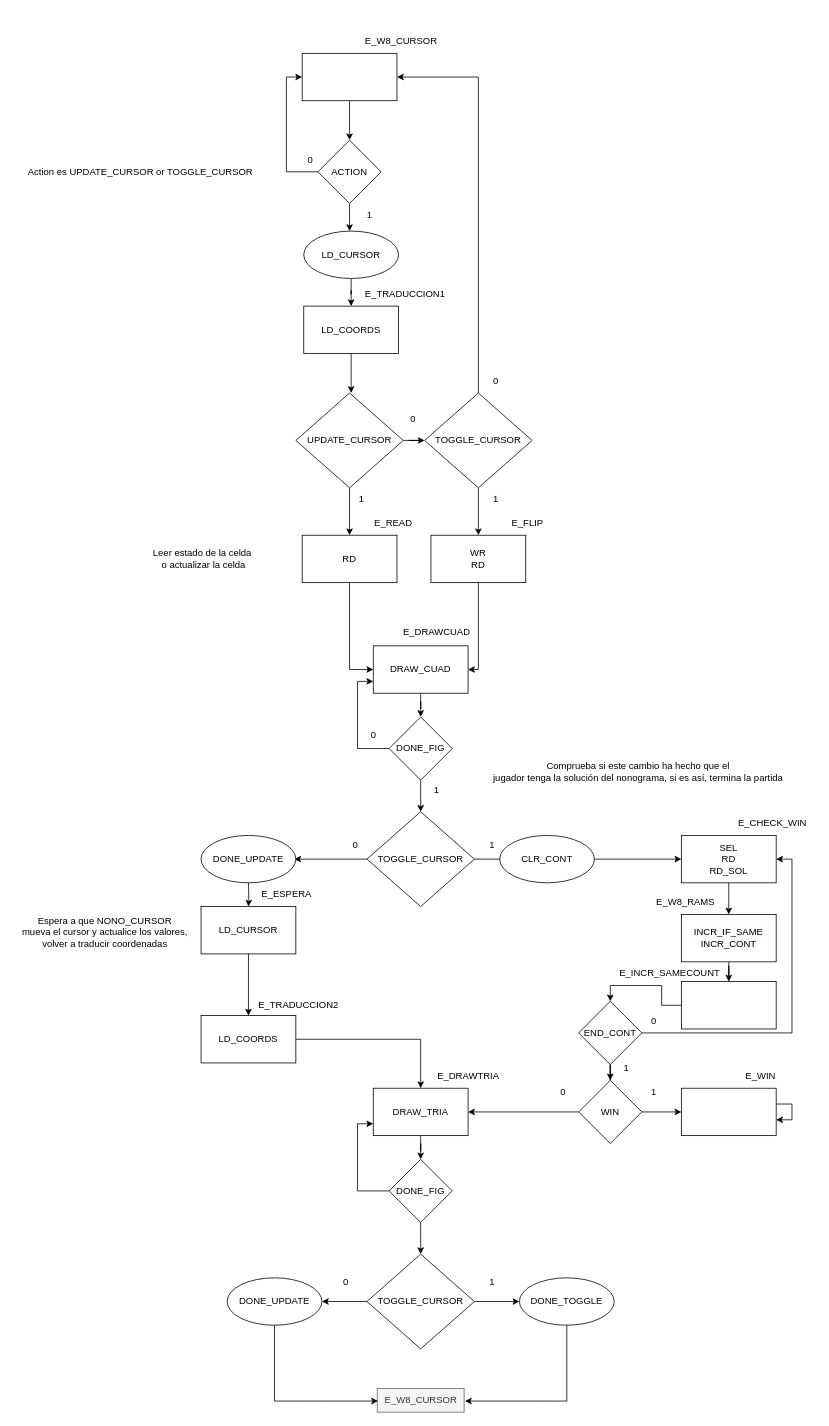
The draw.io diagram DiagramasDisenio/FicherosDrawio/NONO_GRAPHICS_UC_cursor.drawio in DASDNonograma/Nonograma, before the edit. Source tidied: cells renumbered, new cells numbered last; positions are measured from the earlier drawing's top-left corner, leaving out a move shared by most shapes. Both pictures are drawn from the tidied source at 79%, with x=0, y=0 at pixel (13, 29).
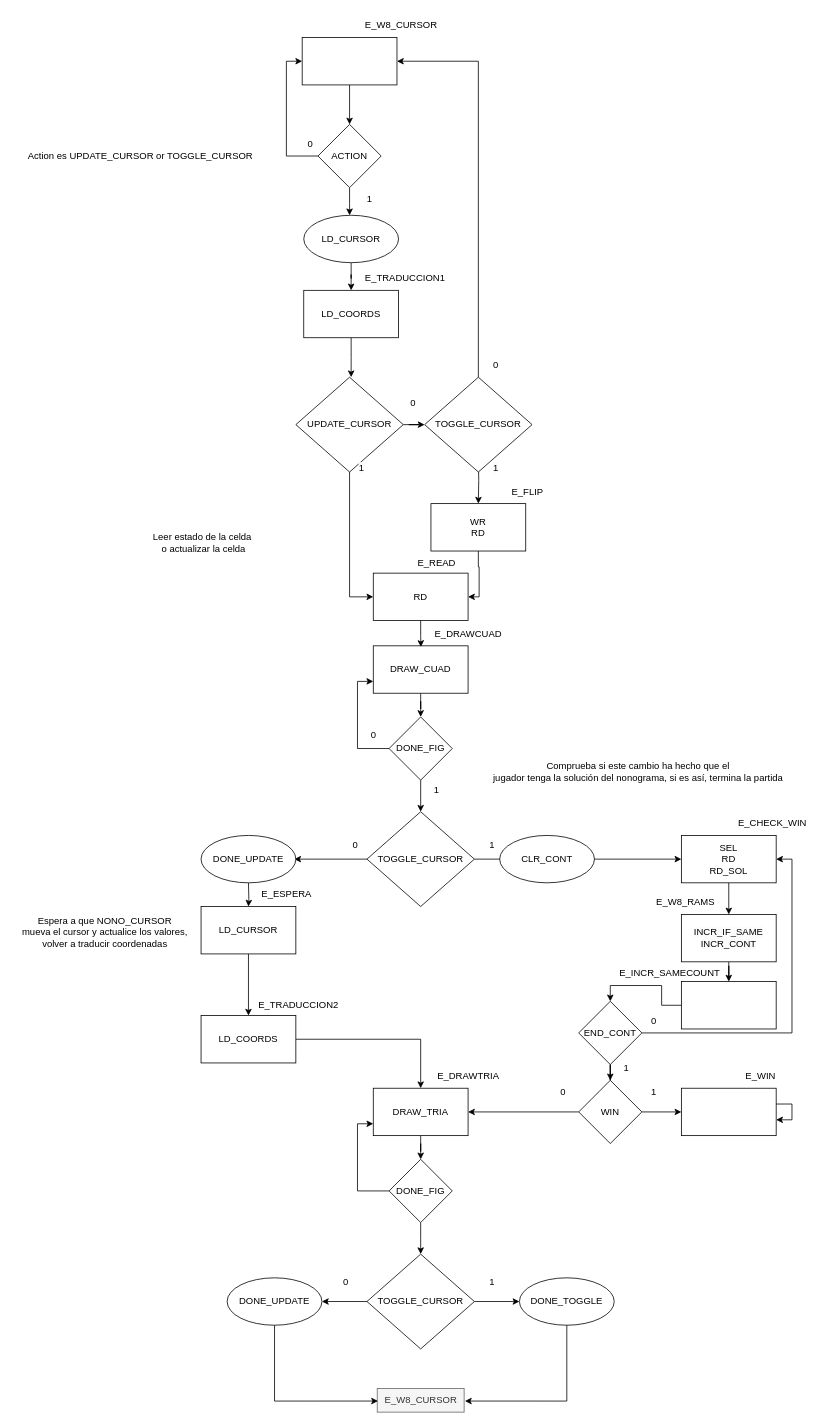
After the change.

Unchanged cells that the change refers to:
```xml
<mxCell id="29" value="DRAW_CUAD" style="whiteSpace=wrap;html=1;" parent="1" vertex="1">
  <mxGeometry x="455" y="780" width="120" height="60" as="geometry" />
</mxCell>
```

Change to the diagram source:
```diff
@@
     <mxCell id="3" style="rounded=0;whiteSpace=wrap;html=1;" parent="1" vertex="1">
-      <mxGeometry x="365" y="30" width="120" height="60" as="geometry" />
+      <mxGeometry x="365" y="10" width="120" height="60" as="geometry" />
     </mxCell>
     <mxCell id="4" value="E_W8_CURSOR" style="text;html=1;align=center;verticalAlign=middle;strokeColor=none;fillColor=none;" parent="1" vertex="1">
-      <mxGeometry x="435" width="110" height="30" as="geometry" />
+      <mxGeometry x="435" y="-20" width="110" height="30" as="geometry" />
     </mxCell>
     <mxCell id="5" style="edgeStyle=orthogonalEdgeStyle;rounded=0;jettySize=auto;html=1;entryX=0;entryY=0.5;entryDx=0;entryDy=0;" parent="1" edge="1" source="7" target="3">
       <mxGeometry relative="1" as="geometry">
         <Array as="points">
-          <mxPoint x="345" y="180" />
-          <mxPoint x="345" y="60" />
+          <mxPoint x="345" y="160" />
+          <mxPoint x="345" y="40" />
         </Array>
       </mxGeometry>
     </mxCell>
     <mxCell id="6" style="edgeStyle=orthogonalEdgeStyle;rounded=0;jettySize=auto;html=1;" parent="1" edge="1" source="7">
       <mxGeometry relative="1" as="geometry">
-        <mxPoint x="425" y="255" as="targetPoint" />
+        <mxPoint x="425" y="235" as="targetPoint" />
       </mxGeometry>
     </mxCell>
     <mxCell id="7" value="ACTION" style="rhombus;whiteSpace=wrap;html=1;" parent="1" vertex="1">
-      <mxGeometry x="385" y="140" width="80" height="80" as="geometry" />
+      <mxGeometry x="385" y="120" width="80" height="80" as="geometry" />
     </mxCell>
     <mxCell id="8" value="Action es UPDATE_CURSOR or TOGGLE_CURSOR" style="text;html=1;align=center;verticalAlign=middle;strokeColor=none;fillColor=none;" parent="1" vertex="1">
-      <mxGeometry x="5" y="165" width="310" height="30" as="geometry" />
+      <mxGeometry x="5" y="145" width="310" height="30" as="geometry" />
     </mxCell>
     <mxCell id="9" value="0" style="text;html=1;align=center;verticalAlign=middle;strokeColor=none;fillColor=none;" parent="1" vertex="1">
-      <mxGeometry x="360" y="150" width="30" height="30" as="geometry" />
+      <mxGeometry x="360" y="130" width="30" height="30" as="geometry" />
     </mxCell>
     <mxCell id="10" value="1" style="text;html=1;align=center;verticalAlign=middle;strokeColor=none;fillColor=none;" parent="1" vertex="1">
-      <mxGeometry x="435" y="220" width="30" height="30" as="geometry" />
+      <mxGeometry x="435" y="200" width="30" height="30" as="geometry" />
     </mxCell>
@@
     <mxCell id="12" value="LD_CURSOR" style="ellipse;whiteSpace=wrap;html=1;" parent="1" vertex="1">
-      <mxGeometry x="367" y="255" width="120" height="60" as="geometry" />
+      <mxGeometry x="367" y="235" width="120" height="60" as="geometry" />
     </mxCell>
     <mxCell id="13" style="edgeStyle=orthogonalEdgeStyle;rounded=0;jettySize=auto;html=1;" parent="1" edge="1" source="14">
       <mxGeometry relative="1" as="geometry">
-        <mxPoint x="427" y="460" as="targetPoint" />
+        <mxPoint x="427" y="440" as="targetPoint" />
       </mxGeometry>
     </mxCell>
     <mxCell id="14" value="LD_COORDS" style="whiteSpace=wrap;html=1;" parent="1" vertex="1">
-      <mxGeometry x="367" y="350" width="120" height="60" as="geometry" />
+      <mxGeometry x="367" y="330" width="120" height="60" as="geometry" />
     </mxCell>
     <mxCell id="15" value="E_TRADUCCION1" style="text;html=1;align=center;verticalAlign=middle;strokeColor=none;fillColor=none;" parent="1" vertex="1">
-      <mxGeometry x="435" y="320" width="120" height="30" as="geometry" />
+      <mxGeometry x="435" y="300" width="120" height="30" as="geometry" />
     </mxCell>
@@
-    <mxCell id="17" style="edgeStyle=orthogonalEdgeStyle;rounded=0;jettySize=auto;html=1;entryX=0.5;entryY=0;entryDx=0;entryDy=0;" parent="1" edge="1" source="18" target="23">
-      <mxGeometry relative="1" as="geometry" />
+    <mxCell id="17" style="edgeStyle=orthogonalEdgeStyle;rounded=0;jettySize=auto;html=1;entryX=0;entryY=0.5;entryDx=0;entryDy=0;" parent="1" edge="1" target="23">
+      <mxGeometry relative="1" as="geometry">
+        <mxPoint x="425" y="540" as="sourcePoint" />
+        <Array as="points">
+          <mxPoint x="425" y="718" />
+        </Array>
+      </mxGeometry>
     </mxCell>
     <mxCell id="18" value="UPDATE_CURSOR" style="rhombus;whiteSpace=wrap;html=1;" parent="1" vertex="1">
-      <mxGeometry x="357" y="460" width="136" height="120" as="geometry" />
+      <mxGeometry x="357" y="440" width="136" height="120" as="geometry" />
     </mxCell>
     <mxCell id="19" style="edgeStyle=orthogonalEdgeStyle;rounded=0;jettySize=auto;html=1;entryX=1;entryY=0.5;entryDx=0;entryDy=0;" parent="1" edge="1" source="21" target="3">
       <mxGeometry relative="1" as="geometry">
         <Array as="points">
-          <mxPoint x="588" y="60" />
+          <mxPoint x="588" y="40" />
         </Array>
       </mxGeometry>
     </mxCell>
-    <mxCell id="20" style="edgeStyle=orthogonalEdgeStyle;rounded=0;jettySize=auto;html=1;entryX=0.5;entryY=0;entryDx=0;entryDy=0;" parent="1" edge="1" source="21" target="26">
-      <mxGeometry relative="1" as="geometry" />
+    <mxCell id="20" style="edgeStyle=orthogonalEdgeStyle;rounded=0;jettySize=auto;html=1;entryX=0.5;entryY=0;entryDx=0;entryDy=0;" parent="1" edge="1" target="26">
+      <mxGeometry relative="1" as="geometry">
+        <mxPoint x="588" y="540" as="sourcePoint" />
+      </mxGeometry>
     </mxCell>
     <mxCell id="21" value="TOGGLE_CURSOR" style="rhombus;whiteSpace=wrap;html=1;" parent="1" vertex="1">
-      <mxGeometry x="520" y="460" width="136" height="120" as="geometry" />
+      <mxGeometry x="520" y="440" width="136" height="120" as="geometry" />
     </mxCell>
-    <mxCell id="22" style="edgeStyle=orthogonalEdgeStyle;rounded=0;jettySize=auto;html=1;entryX=0;entryY=0.5;entryDx=0;entryDy=0;" parent="1" edge="1" source="23" target="29">
-      <mxGeometry relative="1" as="geometry" />
-    </mxCell>
-    <mxCell id="23" value="RD" style="whiteSpace=wrap;html=1;" parent="1" vertex="1">
-      <mxGeometry x="365" y="640" width="120" height="60" as="geometry" />
-    </mxCell>
-    <mxCell id="24" value="E_READ" style="text;html=1;align=center;verticalAlign=middle;strokeColor=none;fillColor=none;" parent="1" vertex="1">
-      <mxGeometry x="445" y="610" width="70" height="30" as="geometry" />
-    </mxCell>
-    <mxCell id="25" style="edgeStyle=orthogonalEdgeStyle;rounded=0;jettySize=auto;html=1;entryX=1;entryY=0.5;entryDx=0;entryDy=0;" parent="1" edge="1" source="26" target="29">
-      <mxGeometry relative="1" as="geometry">
-        <Array as="points">
-          <mxPoint x="588" y="810" />
-        </Array>
-      </mxGeometry>
-    </mxCell>
     <mxCell id="26" value="WR&lt;br&gt;RD" style="whiteSpace=wrap;html=1;" parent="1" vertex="1">
-      <mxGeometry x="528" y="640" width="120" height="60" as="geometry" />
+      <mxGeometry x="528" y="600" width="120" height="60" as="geometry" />
     </mxCell>
     <mxCell id="27" value="E_FLIP" style="text;html=1;align=center;verticalAlign=middle;strokeColor=none;fillColor=none;" parent="1" vertex="1">
-      <mxGeometry x="620" y="610" width="60" height="30" as="geometry" />
+      <mxGeometry x="620" y="570" width="60" height="30" as="geometry" />
     </mxCell>
@@
     <mxCell id="30" value="E_DRAWCUAD" style="text;html=1;align=center;verticalAlign=middle;strokeColor=none;fillColor=none;" parent="1" vertex="1">
-      <mxGeometry x="480" y="748" width="110" height="30" as="geometry" />
+      <mxGeometry x="520" y="750" width="110" height="30" as="geometry" />
     </mxCell>
@@
     <mxCell id="47" value="0" style="text;html=1;align=center;verticalAlign=middle;strokeColor=none;fillColor=none;" parent="1" vertex="1">
-      <mxGeometry x="490" y="478" width="30" height="30" as="geometry" />
+      <mxGeometry x="490" y="458" width="30" height="30" as="geometry" />
     </mxCell>
     <mxCell id="48" value="&lt;span style=&quot;color: rgb(0, 0, 0); font-family: Helvetica; font-size: 12px; font-style: normal; font-variant-ligatures: normal; font-variant-caps: normal; font-weight: 400; letter-spacing: normal; orphans: 2; text-align: center; text-indent: 0px; text-transform: none; widows: 2; word-spacing: 0px; -webkit-text-stroke-width: 0px; background-color: rgb(251, 251, 251); text-decoration-thickness: initial; text-decoration-style: initial; text-decoration-color: initial; float: none; display: inline !important;&quot;&gt;1&lt;/span&gt;" style="text;html=1;align=center;verticalAlign=middle;strokeColor=none;fillColor=none;" parent="1" vertex="1">
-      <mxGeometry x="425" y="580" width="30" height="30" as="geometry" />
+      <mxGeometry x="425" y="540" width="30" height="30" as="geometry" />
     </mxCell>
     <mxCell id="49" value="&lt;span style=&quot;color: rgb(0, 0, 0); font-family: Helvetica; font-size: 12px; font-style: normal; font-variant-ligatures: normal; font-variant-caps: normal; font-weight: 400; letter-spacing: normal; orphans: 2; text-align: center; text-indent: 0px; text-transform: none; widows: 2; word-spacing: 0px; -webkit-text-stroke-width: 0px; background-color: rgb(251, 251, 251); text-decoration-thickness: initial; text-decoration-style: initial; text-decoration-color: initial; float: none; display: inline !important;&quot;&gt;1&lt;/span&gt;" style="text;html=1;align=center;verticalAlign=middle;strokeColor=none;fillColor=none;" parent="1" vertex="1">
-      <mxGeometry x="595" y="580" width="30" height="30" as="geometry" />
+      <mxGeometry x="595" y="540" width="30" height="30" as="geometry" />
     </mxCell>
     <mxCell id="50" value="0" style="text;html=1;align=center;verticalAlign=middle;strokeColor=none;fillColor=none;" parent="1" vertex="1">
-      <mxGeometry x="595" y="430" width="30" height="30" as="geometry" />
+      <mxGeometry x="595" y="410" width="30" height="30" as="geometry" />
     </mxCell>
@@
     <mxCell id="70" value="Leer estado de la celda&amp;nbsp;&lt;br&gt;o actualizar la celda" style="text;html=1;align=center;verticalAlign=middle;strokeColor=none;fillColor=none;" parent="1" vertex="1">
-      <mxGeometry x="165" y="650" width="150" height="40" as="geometry" />
+      <mxGeometry x="165" y="630" width="150" height="40" as="geometry" />
     </mxCell>
@@
+    <mxCell id="23" value="RD" style="whiteSpace=wrap;html=1;" parent="1" vertex="1">
+      <mxGeometry x="455" y="688" width="120" height="60" as="geometry" />
+    </mxCell>
+    <mxCell id="95" style="edgeStyle=orthogonalEdgeStyle;rounded=0;jettySize=auto;html=1;entryX=1;entryY=0.5;entryDx=0;entryDy=0;" parent="1" edge="1" source="26" target="23">
+      <mxGeometry relative="1" as="geometry">
+        <Array as="points">
+          <mxPoint x="588" y="680" />
+          <mxPoint x="589" y="680" />
+          <mxPoint x="589" y="718" />
+        </Array>
+      </mxGeometry>
+    </mxCell>
+    <mxCell id="22" style="edgeStyle=orthogonalEdgeStyle;rounded=0;jettySize=auto;html=1;entryX=0.503;entryY=0.024;entryDx=0;entryDy=0;entryPerimeter=0;" parent="1" edge="1" source="23" target="29">
+      <mxGeometry relative="1" as="geometry" />
+    </mxCell>
+    <mxCell id="24" value="E_READ" style="text;html=1;align=center;verticalAlign=middle;strokeColor=none;fillColor=none;" parent="1" vertex="1">
+      <mxGeometry x="500" y="660" width="70" height="30" as="geometry" />
+    </mxCell>
```
